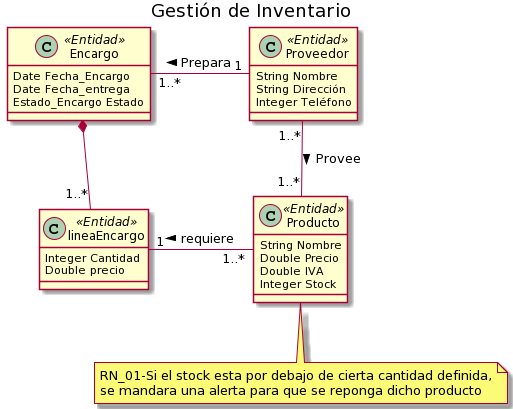
Earlier version of the PlantUML export mc/Gestión Inventario.png (alvnavriv/Proyecto-IR).
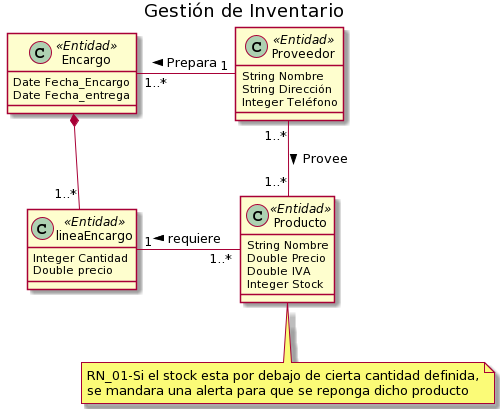
The same file after the commit.

The edit, as a diff of the source:
```diff
@@ -11,7 +11,6 @@
 Class Encargo << Entidad >>{
 Date Fecha_Encargo
 Date Fecha_entrega
-Estado_Encargo Estado
 }
 
 Class lineaEncargo << Entidad >>{
```
